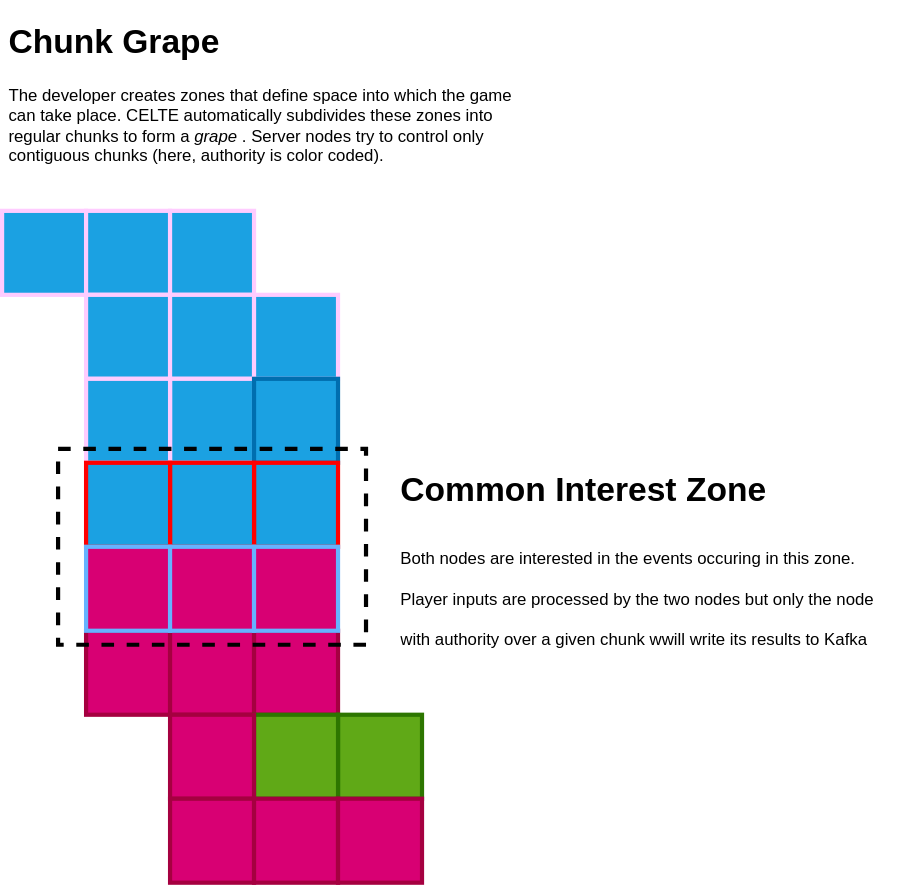
celte-team/celte-team.github.io keeps this draw.io diagram as dev/kafka_chunks_map.drawio.svg. Above is the earlier version. Source tidied: cells renumbered, new cells last; positions are measured from the earlier drawing's top-left corner, leaving out a move shared by most shapes.
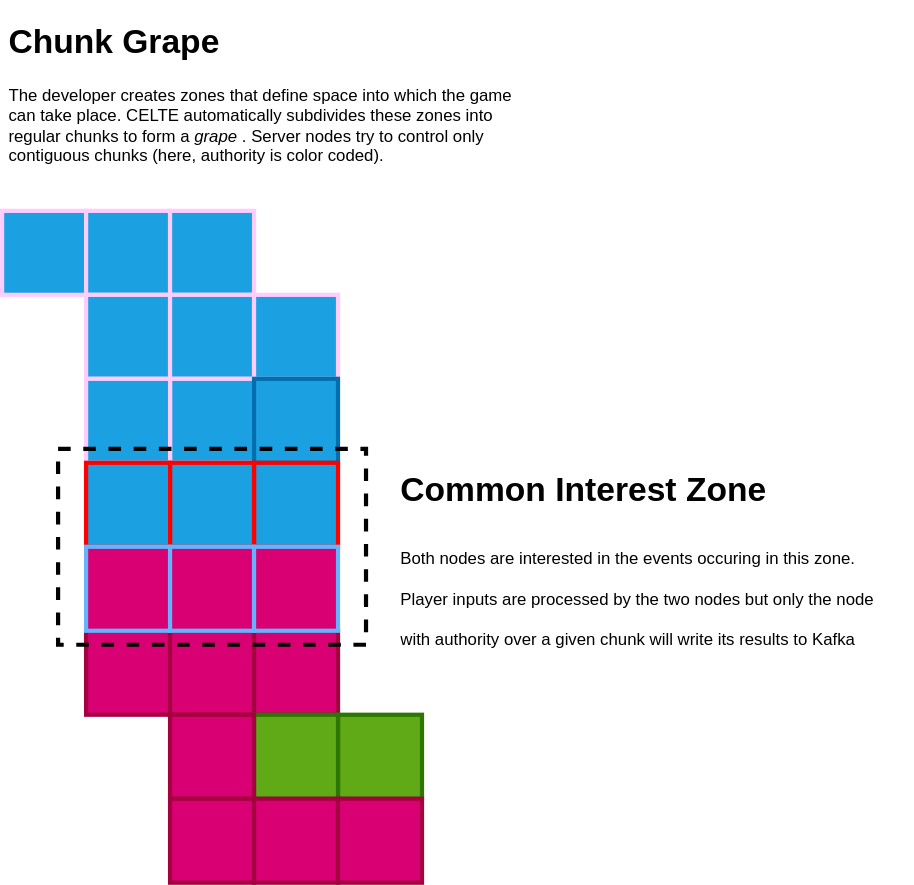
After the commit.

Commit message:
drawing chunks map

Diff of the diagram source:
```diff
@@ -77,7 +77,7 @@
     <mxCell id="26" style="rounded=0;whiteSpace=wrap;html=1;dashed=1;strokeColor=default;strokeWidth=3;fillColor=none;" parent="1" vertex="1">
       <mxGeometry x="40" y="310" width="220" height="140" as="geometry" />
     </mxCell>
-    <mxCell id="27" value="&lt;h1&gt;&lt;span style=&quot;background-color: initial;&quot;&gt;Common Interest Zone&lt;/span&gt;&lt;/h1&gt;&lt;h1&gt;&lt;span style=&quot;background-color: initial; font-size: 12px; font-weight: normal;&quot;&gt;Both nodes are interested in the events occuring in this zone. Player inputs are processed by the two nodes but only the node with authority over a given chunk wwill write its results to Kafka&lt;/span&gt;&lt;br&gt;&lt;/h1&gt;" style="text;html=1;strokeColor=none;fillColor=none;spacing=5;spacingTop=-20;whiteSpace=wrap;overflow=hidden;rounded=0;dashed=1;strokeWidth=3;" parent="1" vertex="1">
+    <mxCell id="27" value="&lt;h1&gt;&lt;span style=&quot;background-color: initial;&quot;&gt;Common Interest Zone&lt;/span&gt;&lt;/h1&gt;&lt;h1&gt;&lt;span style=&quot;background-color: initial; font-size: 12px; font-weight: normal;&quot;&gt;Both nodes are interested in the events occuring in this zone. Player inputs are processed by the two nodes but only the node with authority over a given chunk will write its results to Kafka&lt;/span&gt;&lt;br&gt;&lt;/h1&gt;" style="text;html=1;strokeColor=none;fillColor=none;spacing=5;spacingTop=-20;whiteSpace=wrap;overflow=hidden;rounded=0;dashed=1;strokeWidth=3;" parent="1" vertex="1">
       <mxGeometry x="280" y="320" width="370" height="150" as="geometry" />
     </mxCell>
     <mxCell id="28" value="&lt;h1&gt;Chunk Grape&lt;/h1&gt;&lt;div&gt;The developer creates zones that define space into which the game can take place. CELTE automatically subdivides these zones into regular chunks to form a &lt;i&gt;grape&lt;/i&gt;. Server nodes try to control only contiguous chunks (here, authority is color coded).&amp;nbsp;&lt;/div&gt;" style="text;html=1;strokeColor=none;fillColor=none;spacing=5;spacingTop=-20;whiteSpace=wrap;overflow=hidden;rounded=0;dashed=1;strokeWidth=3;" parent="1" vertex="1">
```
